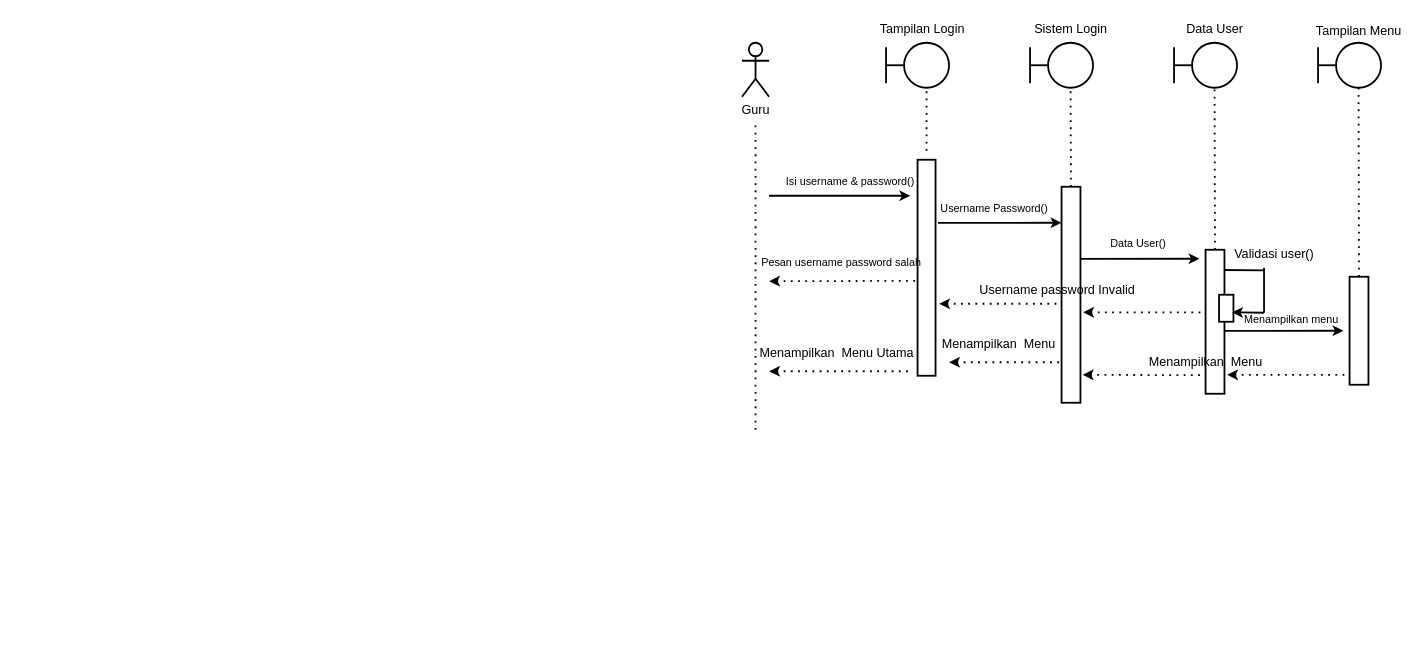
This is page "Page-4" (4 of 4) of Diagram Erd.drawio from dickisepto/Latihan-GIT, a draw.io file, before an edit. Source tidied: cells renumbered, new cells numbered last; positions are measured from the earlier drawing's top-left corner, leaving out a move shared by most shapes. Both pictures are drawn from the tidied source at 90%, with x=0, y=0 at pixel (742, 15).
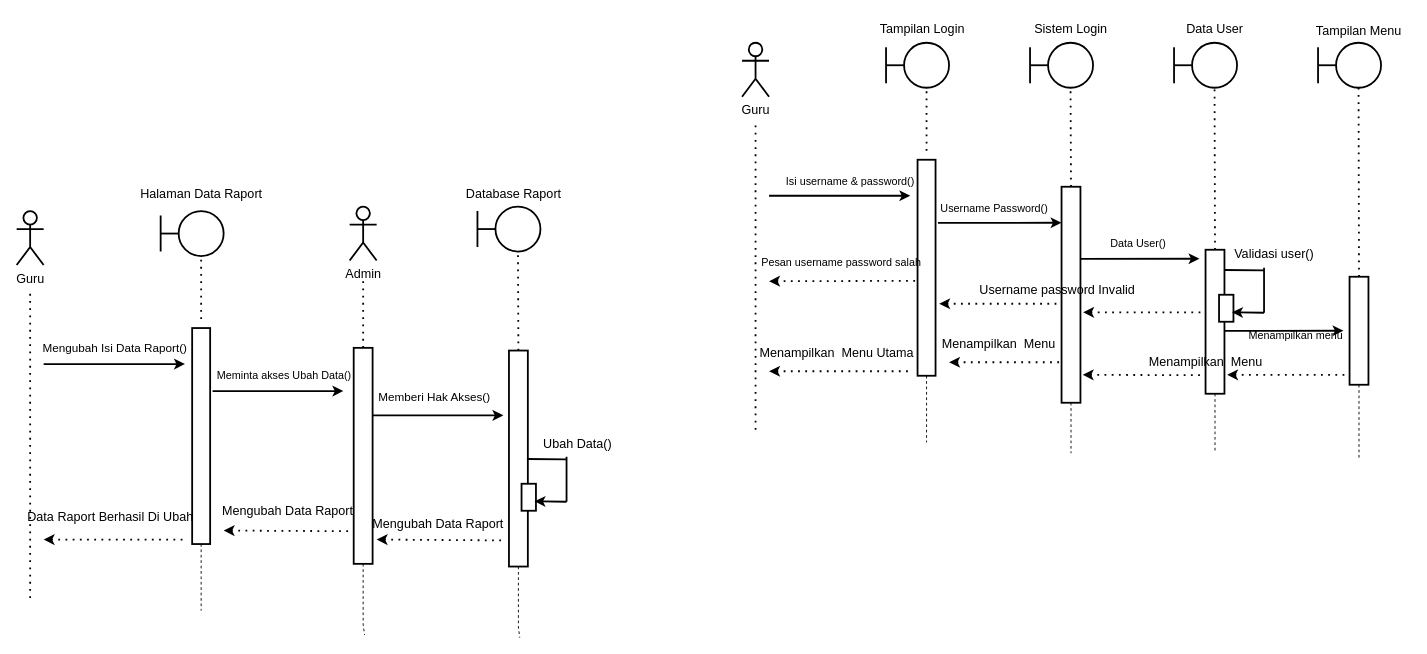
After the change.

The change refers to these unchanged cells:
```xml
<mxCell id="8" style="rounded=0;whiteSpace=wrap;html=1;fontSize=12;strokeWidth=2;" parent="1" vertex="1">
  <mxGeometry x="195" y="160" width="20" height="240" as="geometry" />
</mxCell>
<mxCell id="13" style="rounded=0;whiteSpace=wrap;html=1;fontSize=12;strokeWidth=2;" parent="1" vertex="1">
  <mxGeometry x="355" y="190" width="21" height="240" as="geometry" />
</mxCell>
<mxCell id="18" style="rounded=0;whiteSpace=wrap;html=1;fontSize=12;strokeWidth=2;" parent="1" vertex="1">
  <mxGeometry x="515" y="260" width="21" height="160" as="geometry" />
</mxCell>
<mxCell id="36" style="rounded=0;whiteSpace=wrap;html=1;fontSize=12;strokeWidth=2;" parent="1" vertex="1">
  <mxGeometry x="675" y="290" width="21" height="120" as="geometry" />
</mxCell>
```

The edit, as a diff of the source:
```diff
@@
+    <mxCell id="53" style="edgeStyle=orthogonalEdgeStyle;rounded=0;jettySize=auto;html=1;dashed=1;endArrow=none;endFill=0;" parent="1" edge="1" source="8">
+      <mxGeometry relative="1" as="geometry">
+        <mxPoint x="205" y="474" as="targetPoint" />
+      </mxGeometry>
+    </mxCell>
@@
+    <mxCell id="54" style="edgeStyle=orthogonalEdgeStyle;rounded=0;jettySize=auto;html=1;dashed=1;endArrow=none;endFill=0;" parent="1" edge="1" source="13">
+      <mxGeometry relative="1" as="geometry">
+        <mxPoint x="365.5" y="486" as="targetPoint" />
+      </mxGeometry>
+    </mxCell>
@@
+    <mxCell id="55" style="edgeStyle=orthogonalEdgeStyle;rounded=0;jettySize=auto;html=1;dashed=1;endArrow=none;endFill=0;" parent="1" edge="1" source="18">
+      <mxGeometry relative="1" as="geometry">
+        <mxPoint x="525.5" y="484" as="targetPoint" />
+      </mxGeometry>
+    </mxCell>
@@
+    <mxCell id="56" style="edgeStyle=orthogonalEdgeStyle;rounded=0;jettySize=auto;html=1;dashed=1;endArrow=none;endFill=0;" parent="1" edge="1" source="36">
+      <mxGeometry relative="1" as="geometry">
+        <mxPoint x="685.5" y="491" as="targetPoint" />
+      </mxGeometry>
+    </mxCell>
@@
     <mxCell id="48" value="&lt;div&gt;Menampilkan menu&lt;/div&gt;&lt;div&gt;&lt;br&gt;&lt;/div&gt;" style="text;html=1;align=center;verticalAlign=middle;strokeColor=none;fillColor=none;" parent="1" vertex="1">
-      <mxGeometry x="550" y="325" width="120" height="40" as="geometry" />
+      <mxGeometry x="555" y="343" width="120" height="40" as="geometry" />
     </mxCell>
@@
+    <mxCell id="57" value="Guru" style="shape=umlActor;verticalLabelPosition=bottom;verticalAlign=top;html=1;fontSize=14;strokeWidth=2;" parent="1" vertex="1">
+      <mxGeometry x="-806" y="217" width="30" height="60" as="geometry" />
+    </mxCell>
+    <mxCell id="58" style="endArrow=none;dashed=1;html=1;dashPattern=1 3;strokeWidth=2;rounded=0;fontSize=12;" parent="1" edge="1">
+      <mxGeometry relative="1" as="geometry">
+        <mxPoint x="-791" y="647" as="sourcePoint" />
+        <mxPoint x="-791" y="307" as="targetPoint" />
+      </mxGeometry>
+    </mxCell>
+    <mxCell id="59" style="ellipse;whiteSpace=wrap;html=1;fontSize=12;strokeWidth=2;" parent="1" vertex="1">
+      <mxGeometry x="-626" y="217" width="50" height="50" as="geometry" />
+    </mxCell>
+    <mxCell id="60" style="endArrow=none;html=1;rounded=0;entryX=0;entryY=0.5;entryDx=0;entryDy=0;fontSize=12;strokeWidth=2;" parent="1" edge="1" target="59">
+      <mxGeometry relative="1" as="geometry">
+        <mxPoint x="-646" y="242" as="sourcePoint" />
+      </mxGeometry>
+    </mxCell>
+    <mxCell id="61" style="endArrow=none;html=1;rounded=0;fontSize=12;strokeWidth=2;" parent="1" edge="1">
+      <mxGeometry relative="1" as="geometry">
+        <mxPoint x="-646" y="247" as="sourcePoint" />
+        <mxPoint x="-646" y="262" as="targetPoint" />
+        <Array as="points">
+          <mxPoint x="-646" y="222" />
+        </Array>
+      </mxGeometry>
+    </mxCell>
+    <mxCell id="62" style="endArrow=none;dashed=1;html=1;dashPattern=1 3;strokeWidth=2;rounded=0;entryX=0.5;entryY=1;entryDx=0;entryDy=0;fontSize=12;" parent="1" edge="1" target="59">
+      <mxGeometry relative="1" as="geometry">
+        <mxPoint x="-601" y="337" as="sourcePoint" />
+      </mxGeometry>
+    </mxCell>
+    <mxCell id="63" style="edgeStyle=orthogonalEdgeStyle;rounded=0;jettySize=auto;html=1;dashed=1;endArrow=none;endFill=0;" parent="1" edge="1" source="64">
+      <mxGeometry relative="1" as="geometry">
+        <mxPoint x="-601" y="661" as="targetPoint" />
+      </mxGeometry>
+    </mxCell>
+    <mxCell id="64" style="rounded=0;whiteSpace=wrap;html=1;fontSize=12;strokeWidth=2;" parent="1" vertex="1">
+      <mxGeometry x="-611" y="347" width="20" height="240" as="geometry" />
+    </mxCell>
+    <mxCell id="65" style="ellipse;whiteSpace=wrap;html=1;fontSize=12;strokeWidth=2;" parent="1" vertex="1">
+      <mxGeometry x="-274" y="212" width="50" height="50" as="geometry" />
+    </mxCell>
+    <mxCell id="66" style="endArrow=none;html=1;rounded=0;entryX=0;entryY=0.5;entryDx=0;entryDy=0;fontSize=12;strokeWidth=2;" parent="1" edge="1" target="65">
+      <mxGeometry relative="1" as="geometry">
+        <mxPoint x="-294" y="237" as="sourcePoint" />
+      </mxGeometry>
+    </mxCell>
+    <mxCell id="67" style="endArrow=none;html=1;rounded=0;fontSize=12;strokeWidth=2;" parent="1" edge="1">
+      <mxGeometry relative="1" as="geometry">
+        <mxPoint x="-294" y="242" as="sourcePoint" />
+        <mxPoint x="-294" y="257" as="targetPoint" />
+        <Array as="points">
+          <mxPoint x="-294" y="217" />
+        </Array>
+      </mxGeometry>
+    </mxCell>
+    <mxCell id="68" style="endArrow=none;dashed=1;html=1;dashPattern=1 3;strokeWidth=2;rounded=0;entryX=0.5;entryY=1;entryDx=0;entryDy=0;exitX=0.5;exitY=0;exitDx=0;exitDy=0;fontSize=12;" parent="1" edge="1" source="70" target="65">
+      <mxGeometry relative="1" as="geometry" />
+    </mxCell>
+    <mxCell id="69" style="edgeStyle=orthogonalEdgeStyle;rounded=0;jettySize=auto;html=1;dashed=1;endArrow=none;endFill=0;" parent="1" edge="1" source="70">
+      <mxGeometry relative="1" as="geometry">
+        <mxPoint x="-247" y="691" as="targetPoint" />
+        <Array as="points">
+          <mxPoint x="-248" y="679" />
+          <mxPoint x="-248" y="679" />
+          <mxPoint x="-248" y="691" />
+        </Array>
+      </mxGeometry>
+    </mxCell>
+    <mxCell id="70" style="rounded=0;whiteSpace=wrap;html=1;fontSize=12;strokeWidth=2;" parent="1" vertex="1">
+      <mxGeometry x="-259" y="372" width="21" height="240" as="geometry" />
+    </mxCell>
+    <mxCell id="71" style="endArrow=classic;html=1;rounded=0;fontSize=12;strokeWidth=2;" parent="1" edge="1">
+      <mxGeometry relative="1" as="geometry">
+        <mxPoint x="-776" y="387" as="sourcePoint" />
+        <mxPoint x="-619" y="387" as="targetPoint" />
+      </mxGeometry>
+    </mxCell>
+    <mxCell id="72" style="endArrow=classic;html=1;rounded=0;fontSize=12;strokeWidth=2;" parent="1" edge="1">
+      <mxGeometry relative="1" as="geometry">
+        <mxPoint x="-588.3" y="417.1" as="sourcePoint" />
+        <mxPoint x="-443" y="417" as="targetPoint" />
+      </mxGeometry>
+    </mxCell>
+    <mxCell id="73" style="endArrow=none;dashed=1;html=1;dashPattern=1 3;strokeWidth=2;rounded=0;entryX=-0.091;entryY=0.849;entryDx=0;entryDy=0;entryPerimeter=0;fontSize=12;startArrow=classic;startFill=1;" parent="1" edge="1" target="78">
+      <mxGeometry relative="1" as="geometry">
+        <mxPoint x="-576" y="572" as="sourcePoint" />
+      </mxGeometry>
+    </mxCell>
+    <mxCell id="74" style="endArrow=none;dashed=1;html=1;dashPattern=1 3;strokeWidth=2;rounded=0;fontSize=12;startArrow=classic;startFill=1;" parent="1" edge="1">
+      <mxGeometry relative="1" as="geometry">
+        <mxPoint x="-776" y="582" as="sourcePoint" />
+        <mxPoint x="-616" y="582" as="targetPoint" />
+      </mxGeometry>
+    </mxCell>
+    <mxCell id="75" value="Admin" style="shape=umlActor;verticalLabelPosition=bottom;verticalAlign=top;html=1;fontSize=14;strokeWidth=2;" parent="1" vertex="1">
+      <mxGeometry x="-436" y="212" width="30" height="60" as="geometry" />
+    </mxCell>
+    <mxCell id="76" style="endArrow=none;dashed=1;html=1;dashPattern=1 3;strokeWidth=2;rounded=0;exitX=0.5;exitY=0;exitDx=0;exitDy=0;fontSize=12;" parent="1" edge="1" source="78">
+      <mxGeometry relative="1" as="geometry">
+        <mxPoint x="-421" y="292" as="targetPoint" />
+      </mxGeometry>
+    </mxCell>
+    <mxCell id="77" style="edgeStyle=orthogonalEdgeStyle;rounded=0;jettySize=auto;html=1;dashed=1;endArrow=none;endFill=0;" parent="1" edge="1" source="78">
+      <mxGeometry relative="1" as="geometry">
+        <mxPoint x="-419.5" y="688" as="targetPoint" />
+        <Array as="points">
+          <mxPoint x="-420.5" y="676" />
+          <mxPoint x="-420.5" y="676" />
+          <mxPoint x="-420.5" y="688" />
+        </Array>
+      </mxGeometry>
+    </mxCell>
+    <mxCell id="78" style="rounded=0;whiteSpace=wrap;html=1;fontSize=12;strokeWidth=2;" parent="1" vertex="1">
+      <mxGeometry x="-431.5" y="369" width="21" height="240" as="geometry" />
+    </mxCell>
+    <mxCell id="79" value="Halaman Data Raport" style="text;html=1;align=center;verticalAlign=middle;strokeColor=none;fillColor=none;fontSize=14;" parent="1" vertex="1">
+      <mxGeometry x="-677.5" y="183" width="153" height="29" as="geometry" />
+    </mxCell>
+    <mxCell id="80" value="Database Raport" style="text;html=1;align=center;verticalAlign=middle;strokeColor=none;fillColor=none;fontSize=14;" parent="1" vertex="1">
+      <mxGeometry x="-316" y="183" width="124" height="29" as="geometry" />
+    </mxCell>
+    <mxCell id="81" value="Mengubah Isi Data Raport()" style="text;html=1;align=center;verticalAlign=middle;strokeColor=none;fillColor=none;fontSize=13;" parent="1" vertex="1">
+      <mxGeometry x="-786.5" y="355" width="178" height="28" as="geometry" />
+    </mxCell>
+    <mxCell id="82" value="Meminta akses Ubah Data()" style="text;html=1;align=center;verticalAlign=middle;strokeColor=none;fillColor=none;fontSize=12;" parent="1" vertex="1">
+      <mxGeometry x="-591" y="387" width="163" height="26" as="geometry" />
+    </mxCell>
+    <mxCell id="83" style="endArrow=classic;html=1;rounded=0;fontSize=12;strokeWidth=2;" parent="1" edge="1">
+      <mxGeometry relative="1" as="geometry">
+        <mxPoint x="-410.5" y="444.1" as="sourcePoint" />
+        <mxPoint x="-265.2" y="444" as="targetPoint" />
+      </mxGeometry>
+    </mxCell>
+    <mxCell id="84" value="Memberi Hak Akses()" style="text;html=1;align=center;verticalAlign=middle;strokeColor=none;fillColor=none;fontSize=13;" parent="1" vertex="1">
+      <mxGeometry x="-414" y="410" width="143" height="28" as="geometry" />
+    </mxCell>
+    <mxCell id="85" style="rounded=0;whiteSpace=wrap;html=1;fontSize=12;strokeWidth=2;" parent="1" vertex="1">
+      <mxGeometry x="-245" y="520" width="16" height="30" as="geometry" />
+    </mxCell>
+    <mxCell id="86" style="endArrow=none;html=1;rounded=0;exitX=1;exitY=0.25;exitDx=0;exitDy=0;fontSize=12;strokeWidth=2;" parent="1" edge="1">
+      <mxGeometry relative="1" as="geometry">
+        <mxPoint x="-239" y="492.5" as="sourcePoint" />
+        <mxPoint x="-195" y="493" as="targetPoint" />
+      </mxGeometry>
+    </mxCell>
+    <mxCell id="87" style="endArrow=none;html=1;rounded=0;fontSize=12;strokeWidth=2;" parent="1" edge="1">
+      <mxGeometry relative="1" as="geometry">
+        <mxPoint x="-195" y="540" as="sourcePoint" />
+        <mxPoint x="-195" y="490" as="targetPoint" />
+      </mxGeometry>
+    </mxCell>
+    <mxCell id="88" style="endArrow=classic;html=1;rounded=0;entryX=0.9;entryY=0.652;entryDx=0;entryDy=0;entryPerimeter=0;fontSize=12;strokeWidth=2;" parent="1" edge="1" target="85">
+      <mxGeometry relative="1" as="geometry">
+        <mxPoint x="-195" y="540" as="sourcePoint" />
+      </mxGeometry>
+    </mxCell>
+    <mxCell id="89" value="Ubah Data()" style="text;html=1;align=center;verticalAlign=middle;strokeColor=none;fillColor=none;fontSize=14;" parent="1" vertex="1">
+      <mxGeometry x="-230" y="461" width="94" height="29" as="geometry" />
+    </mxCell>
+    <mxCell id="90" style="endArrow=none;dashed=1;html=1;dashPattern=1 3;strokeWidth=2;rounded=0;entryX=-0.091;entryY=0.849;entryDx=0;entryDy=0;entryPerimeter=0;fontSize=12;startArrow=classic;startFill=1;" parent="1" edge="1">
+      <mxGeometry relative="1" as="geometry">
+        <mxPoint x="-406" y="582" as="sourcePoint" />
+        <mxPoint x="-263" y="583" as="targetPoint" />
+      </mxGeometry>
+    </mxCell>
+    <mxCell id="91" value="Mengubah Data Raport" style="text;html=1;align=center;verticalAlign=middle;strokeColor=none;fillColor=none;fontSize=14;" parent="1" vertex="1">
+      <mxGeometry x="-420" y="550" width="164" height="29" as="geometry" />
+    </mxCell>
+    <mxCell id="92" value="Mengubah Data Raport" style="text;html=1;align=center;verticalAlign=middle;strokeColor=none;fillColor=none;fontSize=14;" parent="1" vertex="1">
+      <mxGeometry x="-587" y="535" width="164" height="29" as="geometry" />
+    </mxCell>
+    <mxCell id="93" value="Data Raport Berhasil Di Ubah" style="text;html=1;align=center;verticalAlign=middle;strokeColor=none;fillColor=none;fontSize=14;" parent="1" vertex="1">
+      <mxGeometry x="-803" y="542" width="202" height="29" as="geometry" />
+    </mxCell>
```
